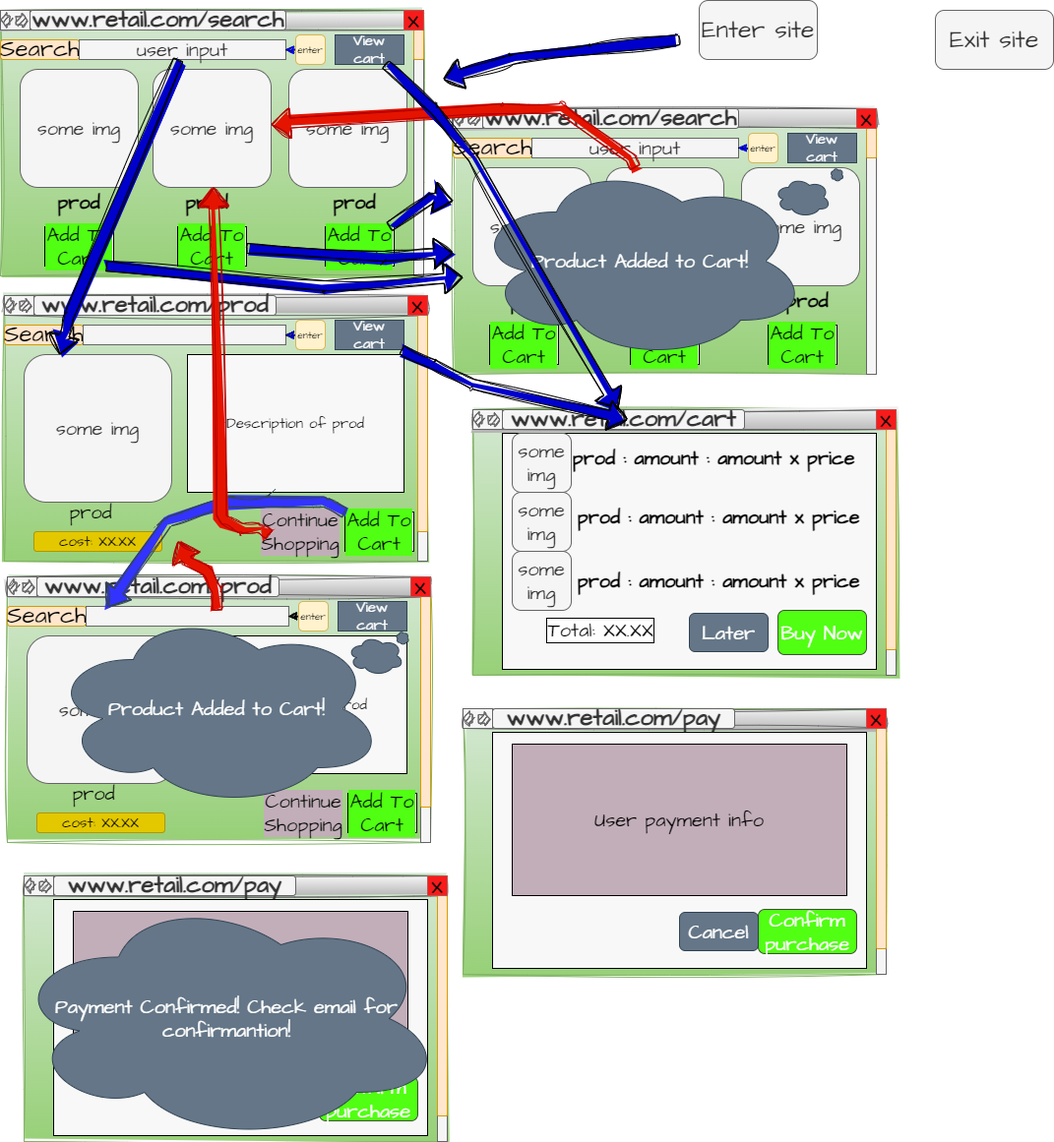
ksirx/fa22-cse110-lab4 keeps this draw.io diagram as explore/diagramming/diagram.drawio.png. Above is the earlier version. Source tidied: cells renumbered, new cells last; positions are measured from the earlier drawing's top-left corner, leaving out a move shared by most shapes.
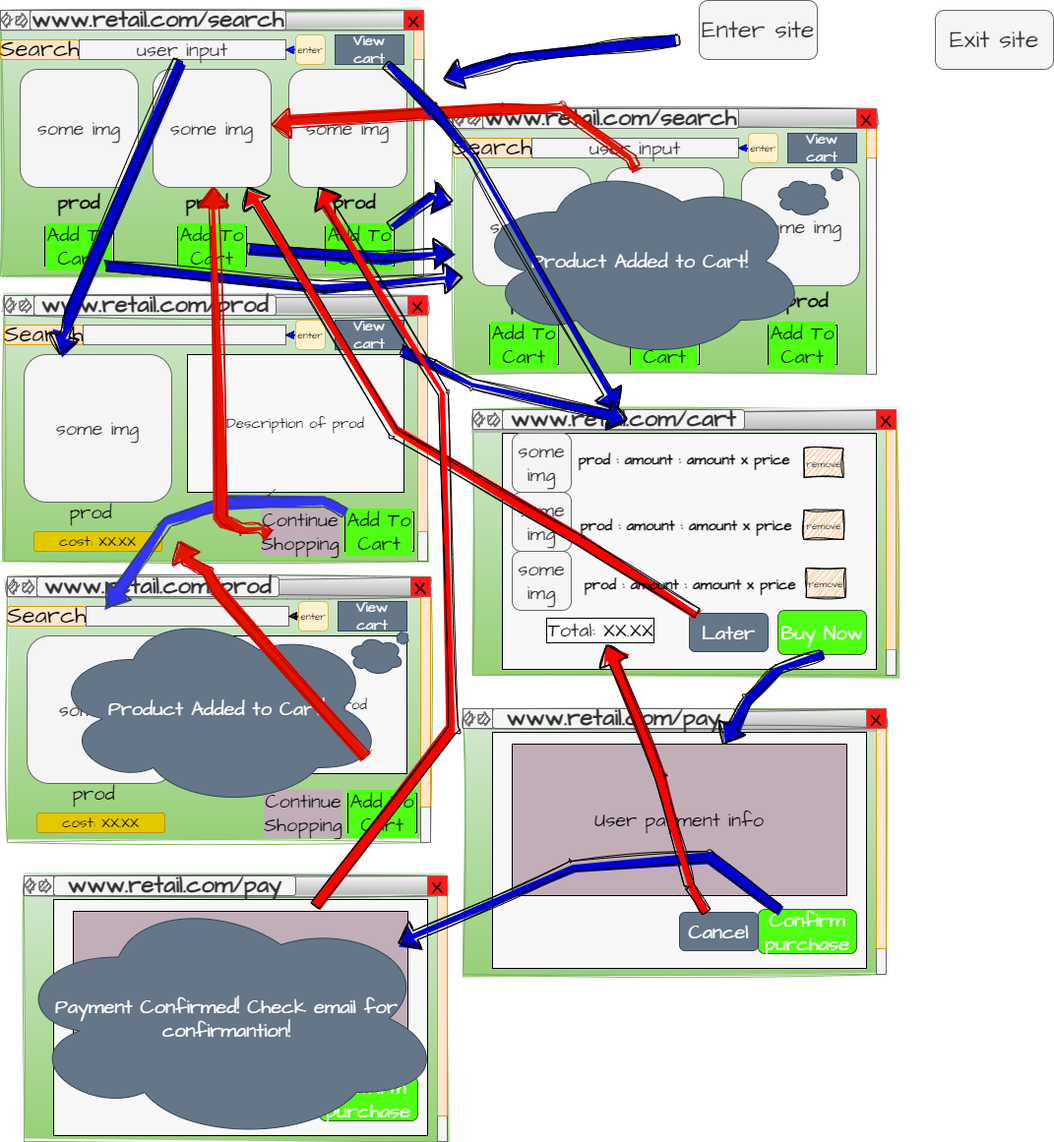
Later version of the same file.

Commit message:
so close to completing

What changed in the source:
```diff
@@ -384,15 +384,9 @@
     <mxCell id="116" value="some img" style="whiteSpace=wrap;html=1;rounded=1;shadow=0;glass=0;sketch=0;hachureGap=4;jiggle=2;fillStyle=auto;curveFitting=1;fontFamily=Architects Daughter;fontSource=https%3A%2F%2Ffonts.googleapis.com%2Fcss%3Ffamily%3DArchitects%2BDaughter;fontSize=20;fontColor=#333333;fillColor=#f5f5f5;strokeColor=#666666;" parent="1" vertex="1">
       <mxGeometry x="520" y="560" width="60" height="60" as="geometry" />
     </mxCell>
-    <mxCell id="117" value="prod : amount : amount x price" style="text;html=1;strokeColor=none;fillColor=none;align=center;verticalAlign=middle;whiteSpace=wrap;rounded=0;shadow=0;glass=0;sketch=0;hachureGap=4;jiggle=2;fillStyle=auto;curveFitting=1;fontFamily=Architects Daughter;fontSource=https%3A%2F%2Ffonts.googleapis.com%2Fcss%3Ffamily%3DArchitects%2BDaughter;fontSize=20;fontColor=#000000;fontStyle=1;" parent="1" vertex="1">
-      <mxGeometry x="580" y="450" width="290" height="30" as="geometry" />
+    <mxCell id="117" value="&lt;font style=&quot;font-size: 15px;&quot;&gt;prod : amount : amount x price&lt;/font&gt;" style="text;html=1;strokeColor=none;fillColor=none;align=center;verticalAlign=middle;whiteSpace=wrap;rounded=0;shadow=0;glass=0;sketch=0;hachureGap=4;jiggle=2;fillStyle=auto;curveFitting=1;fontFamily=Architects Daughter;fontSource=https%3A%2F%2Ffonts.googleapis.com%2Fcss%3Ffamily%3DArchitects%2BDaughter;fontSize=20;fontColor=#000000;fontStyle=1;" parent="1" vertex="1">
+      <mxGeometry x="580" y="450" width="230" height="30" as="geometry" />
     </mxCell>
-    <mxCell id="118" value="prod : amount : amount x price" style="text;html=1;strokeColor=none;fillColor=none;align=center;verticalAlign=middle;whiteSpace=wrap;rounded=0;shadow=0;glass=0;sketch=0;hachureGap=4;jiggle=2;fillStyle=auto;curveFitting=1;fontFamily=Architects Daughter;fontSource=https%3A%2F%2Ffonts.googleapis.com%2Fcss%3Ffamily%3DArchitects%2BDaughter;fontSize=20;fontColor=#000000;fontStyle=1;" parent="1" vertex="1">
-      <mxGeometry x="580" y="510" width="300" height="30" as="geometry" />
-    </mxCell>
-    <mxCell id="119" value="prod : amount : amount x price" style="text;html=1;strokeColor=none;fillColor=none;align=center;verticalAlign=middle;whiteSpace=wrap;rounded=0;shadow=0;glass=0;sketch=0;hachureGap=4;jiggle=2;fillStyle=auto;curveFitting=1;fontFamily=Architects Daughter;fontSource=https%3A%2F%2Ffonts.googleapis.com%2Fcss%3Ffamily%3DArchitects%2BDaughter;fontSize=20;fontColor=#000000;fontStyle=1;" parent="1" vertex="1">
-      <mxGeometry x="580" y="575" width="300" height="30" as="geometry" />
-    </mxCell>
     <mxCell id="120" value="Total: XX.XX" style="text;html=1;strokeColor=none;fillColor=none;align=center;verticalAlign=middle;whiteSpace=wrap;rounded=0;shadow=0;glass=0;labelBackgroundColor=#FFFFFF;labelBorderColor=#000000;sketch=0;hachureGap=4;jiggle=2;fillStyle=auto;curveFitting=1;fontFamily=Architects Daughter;fontSource=https%3A%2F%2Ffonts.googleapis.com%2Fcss%3Ffamily%3DArchitects%2BDaughter;fontSize=20;fontColor=#000000;" parent="1" vertex="1">
       <mxGeometry x="530" y="625" width="160" height="30" as="geometry" />
     </mxCell>
@@ -529,7 +523,7 @@
         </Array>
       </mxGeometry>
     </mxCell>
-    <mxCell id="155" style="shape=flexArrow;endArrow=classic;html=1;sketch=1;hachureGap=4;jiggle=2;curveFitting=1;fontFamily=Architects Daughter;fontSource=https%3A%2F%2Ffonts.googleapis.com%2Fcss%3Ffamily%3DArchitects%2BDaughter;fontSize=25;fontColor=#FFFFFF;fillColor=#e51400;fillStyle=solid;strokeColor=#B20000;" parent="1" edge="1" source="70">
+    <mxCell id="155" style="shape=flexArrow;endArrow=classic;html=1;sketch=1;hachureGap=4;jiggle=2;curveFitting=1;fontFamily=Architects Daughter;fontSource=https%3A%2F%2Ffonts.googleapis.com%2Fcss%3Ffamily%3DArchitects%2BDaughter;fontSize=25;fontColor=#FFFFFF;fillColor=#e51400;fillStyle=solid;strokeColor=#B20000;exitX=0.947;exitY=0.745;exitDx=0;exitDy=0;exitPerimeter=0;" parent="1" edge="1" source="70">
       <mxGeometry relative="1" as="geometry">
         <mxPoint x="180" y="550" as="targetPoint" />
         <Array as="points">
@@ -584,5 +578,60 @@
         </Array>
       </mxGeometry>
     </mxCell>
+    <mxCell id="161" style="shape=flexArrow;endArrow=classic;html=1;sketch=1;hachureGap=4;jiggle=2;curveFitting=1;fontFamily=Architects Daughter;fontSource=https%3A%2F%2Ffonts.googleapis.com%2Fcss%3Ffamily%3DArchitects%2BDaughter;fontSize=25;fontColor=#FFFFFF;fillColor=#FF0000;fillStyle=solid;" parent="1" edge="1" source="122" target="14">
+      <mxGeometry relative="1" as="geometry">
+        <Array as="points">
+          <mxPoint x="590" y="550" />
+          <mxPoint x="400" y="440" />
+        </Array>
+      </mxGeometry>
+    </mxCell>
+    <mxCell id="162" style="shape=flexArrow;endArrow=classic;html=1;sketch=1;hachureGap=4;jiggle=2;curveFitting=1;fontFamily=Architects Daughter;fontSource=https%3A%2F%2Ffonts.googleapis.com%2Fcss%3Ffamily%3DArchitects%2BDaughter;fontSize=25;fontColor=#FFFFFF;fillColor=#0000CC;fillStyle=solid;exitX=0.5;exitY=1;exitDx=0;exitDy=0;" parent="1" edge="1" source="121" target="137">
+      <mxGeometry relative="1" as="geometry">
+        <Array as="points">
+          <mxPoint x="790" y="680" />
+          <mxPoint x="760" y="710" />
+        </Array>
+      </mxGeometry>
+    </mxCell>
+    <mxCell id="163" style="shape=flexArrow;endArrow=classic;html=1;sketch=1;hachureGap=4;jiggle=2;curveFitting=1;fontFamily=Architects Daughter;fontSource=https%3A%2F%2Ffonts.googleapis.com%2Fcss%3Ffamily%3DArchitects%2BDaughter;fontSize=25;fontColor=#FFFFFF;fillColor=#0000CC;fillStyle=solid;" parent="1" edge="1" source="135" target="151">
+      <mxGeometry relative="1" as="geometry">
+        <Array as="points">
+          <mxPoint x="720" y="870" />
+          <mxPoint x="580" y="880" />
+        </Array>
+      </mxGeometry>
+    </mxCell>
+    <mxCell id="164" style="shape=flexArrow;endArrow=classic;html=1;sketch=1;hachureGap=4;jiggle=2;curveFitting=1;fontFamily=Architects Daughter;fontSource=https%3A%2F%2Ffonts.googleapis.com%2Fcss%3Ffamily%3DArchitects%2BDaughter;fontSize=25;fontColor=#FFFFFF;fillColor=#FF0000;fillStyle=solid;entryX=0.25;entryY=1;entryDx=0;entryDy=0;" parent="1" edge="1" source="151" target="15">
+      <mxGeometry relative="1" as="geometry">
+        <Array as="points">
+          <mxPoint x="460" y="740" />
+          <mxPoint x="450" y="400" />
+        </Array>
+      </mxGeometry>
+    </mxCell>
+    <mxCell id="165" style="shape=flexArrow;endArrow=classic;html=1;sketch=1;hachureGap=4;jiggle=2;curveFitting=1;fontFamily=Architects Daughter;fontSource=https%3A%2F%2Ffonts.googleapis.com%2Fcss%3Ffamily%3DArchitects%2BDaughter;fontSize=25;fontColor=#FFFFFF;fillColor=#FF0000;fillStyle=solid;" parent="1" edge="1" source="136" target="120">
+      <mxGeometry relative="1" as="geometry">
+        <Array as="points">
+          <mxPoint x="700" y="900" />
+          <mxPoint x="670" y="790" />
+        </Array>
+      </mxGeometry>
+    </mxCell>
+    <mxCell id="166" value="&lt;font style=&quot;font-size: 15px;&quot;&gt;prod : amount : amount x price&lt;/font&gt;" style="text;html=1;strokeColor=none;fillColor=none;align=center;verticalAlign=middle;whiteSpace=wrap;rounded=0;shadow=0;glass=0;sketch=0;hachureGap=4;jiggle=2;fillStyle=auto;curveFitting=1;fontFamily=Architects Daughter;fontSource=https%3A%2F%2Ffonts.googleapis.com%2Fcss%3Ffamily%3DArchitects%2BDaughter;fontSize=20;fontColor=#000000;fontStyle=1;" parent="1" vertex="1">
+      <mxGeometry x="582" y="517" width="230" height="30" as="geometry" />
+    </mxCell>
+    <mxCell id="167" value="&lt;font style=&quot;font-size: 15px;&quot;&gt;prod : amount : amount x price&lt;/font&gt;" style="text;html=1;strokeColor=none;fillColor=none;align=center;verticalAlign=middle;whiteSpace=wrap;rounded=0;shadow=0;glass=0;sketch=0;hachureGap=4;jiggle=2;fillStyle=auto;curveFitting=1;fontFamily=Architects Daughter;fontSource=https%3A%2F%2Ffonts.googleapis.com%2Fcss%3Ffamily%3DArchitects%2BDaughter;fontSize=20;fontColor=#000000;fontStyle=1;" parent="1" vertex="1">
+      <mxGeometry x="586" y="577" width="230" height="30" as="geometry" />
+    </mxCell>
+    <mxCell id="168" value="&lt;font style=&quot;font-size: 10px;&quot;&gt;remove&lt;/font&gt;" style="rounded=0;whiteSpace=wrap;html=1;sketch=1;hachureGap=4;jiggle=2;curveFitting=1;fontFamily=Architects Daughter;fontSource=https%3A%2F%2Ffonts.googleapis.com%2Fcss%3Ffamily%3DArchitects%2BDaughter;fontSize=15;fillColor=#FFB366;" parent="1" vertex="1">
+      <mxGeometry x="816.5" y="455" width="40" height="30" as="geometry" />
+    </mxCell>
+    <mxCell id="169" value="&lt;font style=&quot;font-size: 10px;&quot;&gt;remove&lt;/font&gt;" style="rounded=0;whiteSpace=wrap;html=1;sketch=1;hachureGap=4;jiggle=2;curveFitting=1;fontFamily=Architects Daughter;fontSource=https%3A%2F%2Ffonts.googleapis.com%2Fcss%3Ffamily%3DArchitects%2BDaughter;fontSize=15;fillColor=#FFB366;" parent="1" vertex="1">
+      <mxGeometry x="816.5" y="518" width="40" height="30" as="geometry" />
+    </mxCell>
+    <mxCell id="170" value="&lt;font style=&quot;font-size: 10px;&quot;&gt;remove&lt;/font&gt;" style="rounded=0;whiteSpace=wrap;html=1;sketch=1;hachureGap=4;jiggle=2;curveFitting=1;fontFamily=Architects Daughter;fontSource=https%3A%2F%2Ffonts.googleapis.com%2Fcss%3Ffamily%3DArchitects%2BDaughter;fontSize=15;fillColor=#FFB366;" parent="1" vertex="1">
+      <mxGeometry x="818.5" y="577" width="40" height="30" as="geometry" />
+    </mxCell>
   </root>
 </mxGraphModel>
```
